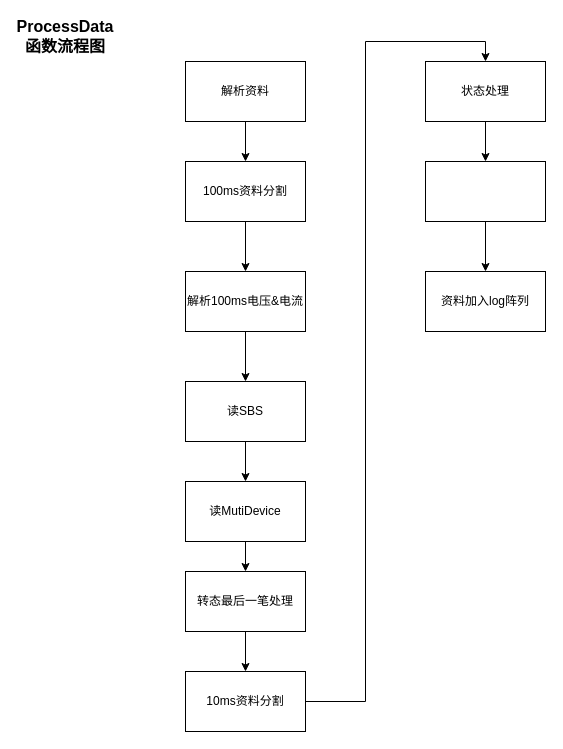
JackGeminiKu/Diagrams keeps this draw.io diagram as page "ProcessData()" (5 of 5) of L720.drawio. Above is the earlier version. Source tidied: cells renumbered, new cells numbered last; positions are measured from the earlier drawing's top-left corner, leaving out a move shared by most shapes. Both pictures are drawn from the tidied source at 100%, with x=0, y=0 at pixel (35, 21).
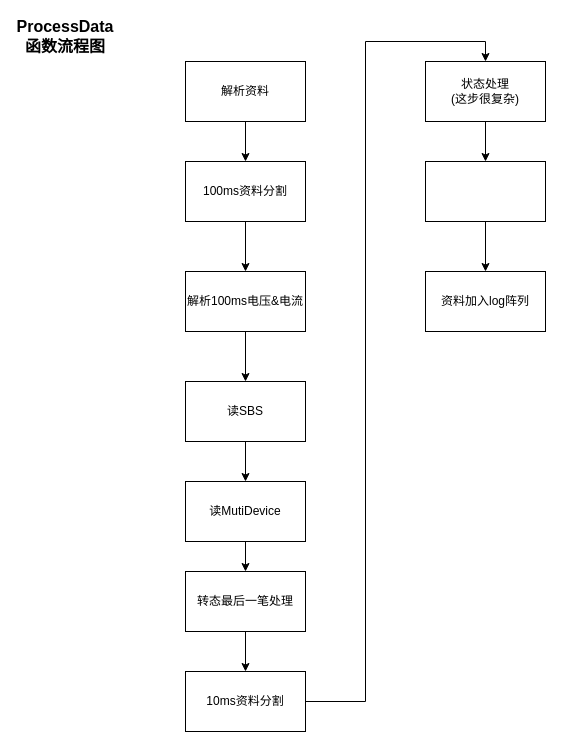
The same diagram, later.

The edit, as a diff of the source:
```diff
@@
-    <mxCell id="17" value="状态处理" style="rounded=0;whiteSpace=wrap;html=1;" parent="1" vertex="1">
+    <mxCell id="17" value="&lt;div&gt;状态处理&lt;/div&gt;&lt;div&gt;(这步很复杂)&lt;br&gt;&lt;/div&gt;" style="rounded=0;whiteSpace=wrap;html=1;" parent="1" vertex="1">
       <mxGeometry x="390" y="40" width="120" height="60" as="geometry" />
     </mxCell>
```
